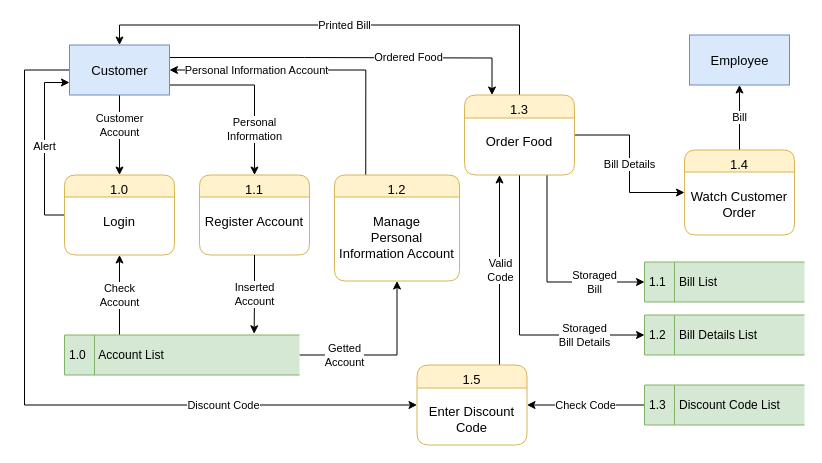
Above: page "Level 1 - Customer" (3 of 8) of document/data flow/dfd.drawio in daomtthuan/do-an (draw.io), before the change. Source tidied: cells renumbered, new cells numbered last; positions are measured from the earlier drawing's top-left corner, leaving out a move shared by most shapes. Both pictures are drawn from the tidied source at 100%, with x=0, y=0 at pixel (24, 24).
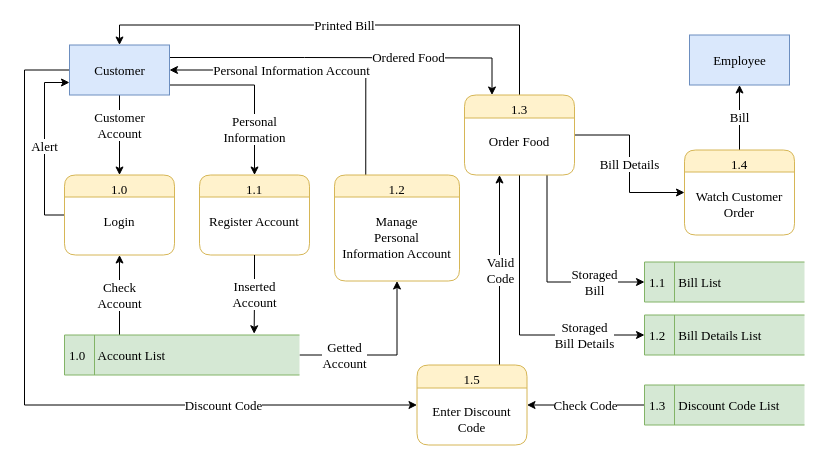
Above is the later version.

The edit, as a diff of the source:
```diff
@@
-    <mxCell id="2" value="1.1&#10;&#10;Register Account" style="swimlane;fontStyle=0;horizontal=1;startSize=22;fillColor=#fff2cc;swimlaneFillColor=#ffffff;rounded=1;strokeWidth=1;verticalAlign=top;arcSize=17;labelPosition=center;verticalLabelPosition=middle;align=center;fontFamily=Time New Roman;strokeColor=#d6b656;fontSize=13;" parent="1" vertex="1">
+    <mxCell id="2" value="1.1&#10;&#10;Register Account" style="swimlane;fontStyle=0;horizontal=1;startSize=22;fillColor=#fff2cc;swimlaneFillColor=#ffffff;rounded=1;strokeWidth=1;verticalAlign=top;arcSize=17;labelPosition=center;verticalLabelPosition=middle;align=center;fontFamily=Times New Roman;strokeColor=#d6b656;fontSize=13;" parent="1" vertex="1">
       <mxGeometry x="175" y="150.5" width="110" height="80" as="geometry" />
     </mxCell>
-    <mxCell id="3" value="Customer&lt;br&gt;Account" style="edgeStyle=orthogonalEdgeStyle;rounded=0;jettySize=auto;html=1;entryX=0.5;entryY=0;entryDx=0;entryDy=0;exitX=0.5;exitY=1;exitDx=0;exitDy=0;" parent="1" edge="1" source="7" target="10">
+    <mxCell id="3" value="Customer&lt;br style=&quot;font-size: 13px;&quot;&gt;Account" style="edgeStyle=orthogonalEdgeStyle;rounded=0;jettySize=auto;html=1;entryX=0.5;entryY=0;entryDx=0;entryDy=0;exitX=0.5;exitY=1;exitDx=0;exitDy=0;fontFamily=Times New Roman;fontSize=13;" parent="1" edge="1" source="7" target="10">
       <mxGeometry y="-10" relative="1" as="geometry">
         <Array as="points">
           <mxPoint x="95" y="110.5" />
           <mxPoint x="95" y="110.5" />
         </Array>
         <mxPoint x="10" y="-10" as="offset" />
       </mxGeometry>
     </mxCell>
-    <mxCell id="4" value="Personal&lt;br&gt;Information" style="edgeStyle=orthogonalEdgeStyle;rounded=0;jettySize=auto;html=1;entryX=0.5;entryY=0;entryDx=0;entryDy=0;" parent="1" edge="1" source="7" target="2">
+    <mxCell id="4" value="Personal&lt;br style=&quot;font-size: 13px;&quot;&gt;Information" style="edgeStyle=orthogonalEdgeStyle;rounded=0;jettySize=auto;html=1;entryX=0.5;entryY=0;entryDx=0;entryDy=0;fontFamily=Times New Roman;fontSize=13;" parent="1" edge="1" source="7" target="2">
       <mxGeometry x="0.47" relative="1" as="geometry">
         <Array as="points">
           <mxPoint x="230" y="60.5" />
         </Array>
       </mxGeometry>
     </mxCell>
-    <mxCell id="5" value="Ordered Food" style="edgeStyle=orthogonalEdgeStyle;rounded=0;jettySize=auto;html=1;exitX=1;exitY=0.25;exitDx=0;exitDy=0;entryX=0.25;entryY=0;entryDx=0;entryDy=0;" parent="1" edge="1" source="7" target="17">
+    <mxCell id="5" value="Ordered Food" style="edgeStyle=orthogonalEdgeStyle;rounded=0;jettySize=auto;html=1;exitX=1;exitY=0.25;exitDx=0;exitDy=0;entryX=0.25;entryY=0;entryDx=0;entryDy=0;fontFamily=Times New Roman;fontSize=13;" parent="1" edge="1" source="7" target="17">
       <mxGeometry x="0.33" relative="1" as="geometry">
         <Array as="points">
           <mxPoint x="280" y="33.5" />
           <mxPoint x="467" y="33.5" />
         </Array>
       </mxGeometry>
     </mxCell>
-    <mxCell id="6" value="Discount Code" style="edgeStyle=orthogonalEdgeStyle;rounded=0;jettySize=auto;html=1;exitX=0;exitY=0.5;exitDx=0;exitDy=0;entryX=0;entryY=0.5;entryDx=0;entryDy=0;" parent="1" edge="1" source="7" target="29">
+    <mxCell id="6" value="Discount Code" style="edgeStyle=orthogonalEdgeStyle;rounded=0;jettySize=auto;html=1;exitX=0;exitY=0.5;exitDx=0;exitDy=0;entryX=0;entryY=0.5;entryDx=0;entryDy=0;fontFamily=Times New Roman;fontSize=13;" parent="1" edge="1" source="7" target="29">
       <mxGeometry x="0.5" relative="1" as="geometry">
         <Array as="points">
           <mxPoint y="45.5" />
           <mxPoint y="380.5" />
         </Array>
       </mxGeometry>
     </mxCell>
-    <mxCell id="7" value="&lt;span style=&quot;font-size: 13px;&quot;&gt;&lt;span style=&quot;font-size: 13px;&quot;&gt;Customer&lt;/span&gt;&lt;/span&gt;" style="html=1;dashed=0;whitespace=wrap;strokeWidth=1;fillColor=#dae8fc;strokeColor=#6c8ebf;fontFamily=Time New Roman;fontSize=13;" parent="1" vertex="1">
+    <mxCell id="7" value="&lt;span style=&quot;font-size: 13px;&quot;&gt;&lt;span style=&quot;font-size: 13px;&quot;&gt;Customer&lt;/span&gt;&lt;/span&gt;" style="html=1;dashed=0;whitespace=wrap;strokeWidth=1;fillColor=#dae8fc;strokeColor=#6c8ebf;fontFamily=Times New Roman;fontSize=13;" parent="1" vertex="1">
       <mxGeometry x="45" y="20.5" width="100" height="50" as="geometry" />
     </mxCell>
-    <mxCell id="8" value="&lt;span style=&quot;font-size: 13px;&quot;&gt;&lt;span style=&quot;font-size: 13px;&quot;&gt;Employee&lt;/span&gt;&lt;/span&gt;" style="html=1;dashed=0;whitespace=wrap;strokeWidth=1;fillColor=#dae8fc;strokeColor=#6c8ebf;fontFamily=Time New Roman;fontSize=13;" parent="1" vertex="1">
+    <mxCell id="8" value="&lt;span style=&quot;font-size: 13px;&quot;&gt;&lt;span style=&quot;font-size: 13px;&quot;&gt;Employee&lt;/span&gt;&lt;/span&gt;" style="html=1;dashed=0;whitespace=wrap;strokeWidth=1;fillColor=#dae8fc;strokeColor=#6c8ebf;fontFamily=Times New Roman;fontSize=13;" parent="1" vertex="1">
       <mxGeometry x="665" y="10.5" width="100" height="50" as="geometry" />
     </mxCell>
-    <mxCell id="9" value="Alert" style="edgeStyle=orthogonalEdgeStyle;rounded=0;jettySize=auto;html=1;exitX=0;exitY=0.5;exitDx=0;exitDy=0;entryX=0;entryY=0.75;entryDx=0;entryDy=0;" parent="1" edge="1" source="10" target="7">
+    <mxCell id="9" value="Alert" style="edgeStyle=orthogonalEdgeStyle;rounded=0;jettySize=auto;html=1;exitX=0;exitY=0.5;exitDx=0;exitDy=0;entryX=0;entryY=0.75;entryDx=0;entryDy=0;fontFamily=Times New Roman;fontSize=13;" parent="1" edge="1" source="10" target="7">
       <mxGeometry relative="1" as="geometry" />
     </mxCell>
-    <mxCell id="10" value="1.0&#10;&#10;Login" style="swimlane;fontStyle=0;horizontal=1;startSize=22;fillColor=#fff2cc;swimlaneFillColor=#ffffff;rounded=1;strokeWidth=1;verticalAlign=top;arcSize=17;labelPosition=center;verticalLabelPosition=middle;align=center;fontFamily=Time New Roman;strokeColor=#d6b656;fontSize=13;" parent="1" vertex="1">
+    <mxCell id="10" value="1.0&#10;&#10;Login" style="swimlane;fontStyle=0;horizontal=1;startSize=22;fillColor=#fff2cc;swimlaneFillColor=#ffffff;rounded=1;strokeWidth=1;verticalAlign=top;arcSize=17;labelPosition=center;verticalLabelPosition=middle;align=center;fontFamily=Times New Roman;strokeColor=#d6b656;fontSize=13;" parent="1" vertex="1">
       <mxGeometry x="40" y="150.5" width="110" height="80" as="geometry" />
     </mxCell>
-    <mxCell id="11" value="Bill" style="edgeStyle=orthogonalEdgeStyle;rounded=0;jettySize=auto;html=1;entryX=0.5;entryY=1;entryDx=0;entryDy=0;" parent="1" edge="1" source="12" target="8">
+    <mxCell id="11" value="Bill" style="edgeStyle=orthogonalEdgeStyle;rounded=0;jettySize=auto;html=1;entryX=0.5;entryY=1;entryDx=0;entryDy=0;fontFamily=Times New Roman;fontSize=13;" parent="1" edge="1" source="12" target="8">
       <mxGeometry relative="1" as="geometry" />
     </mxCell>
-    <mxCell id="12" value="1.4&#10;&#10;Watch Customer&#10;Order" style="swimlane;fontStyle=0;horizontal=1;startSize=22;fillColor=#fff2cc;swimlaneFillColor=#ffffff;rounded=1;strokeWidth=1;verticalAlign=top;arcSize=17;labelPosition=center;verticalLabelPosition=middle;align=center;fontFamily=Time New Roman;strokeColor=#d6b656;fontSize=13;" parent="1" vertex="1">
+    <mxCell id="12" value="1.4&#10;&#10;Watch Customer&#10;Order" style="swimlane;fontStyle=0;horizontal=1;startSize=22;fillColor=#fff2cc;swimlaneFillColor=#ffffff;rounded=1;strokeWidth=1;verticalAlign=top;arcSize=17;labelPosition=center;verticalLabelPosition=middle;align=center;fontFamily=Times New Roman;strokeColor=#d6b656;fontSize=13;" parent="1" vertex="1">
       <mxGeometry x="660" y="125.5" width="110" height="85" as="geometry" />
     </mxCell>
-    <mxCell id="13" value="Bill Details" style="edgeStyle=orthogonalEdgeStyle;rounded=0;jettySize=auto;html=1;entryX=0;entryY=0.5;entryDx=0;entryDy=0;" parent="1" edge="1" source="17" target="12">
+    <mxCell id="13" value="Bill Details" style="edgeStyle=orthogonalEdgeStyle;rounded=0;jettySize=auto;html=1;entryX=0;entryY=0.5;entryDx=0;entryDy=0;fontFamily=Times New Roman;fontSize=13;" parent="1" edge="1" source="17" target="12">
       <mxGeometry relative="1" as="geometry" />
     </mxCell>
-    <mxCell id="14" value="Storaged&lt;br&gt;Bill" style="edgeStyle=orthogonalEdgeStyle;rounded=0;jettySize=auto;html=1;exitX=0.75;exitY=1;exitDx=0;exitDy=0;entryX=0;entryY=0.5;entryDx=0;entryDy=0;" parent="1" edge="1" source="17" target="24">
+    <mxCell id="14" value="Storaged&lt;br style=&quot;font-size: 13px;&quot;&gt;Bill" style="edgeStyle=orthogonalEdgeStyle;rounded=0;jettySize=auto;html=1;exitX=0.75;exitY=1;exitDx=0;exitDy=0;entryX=0;entryY=0.5;entryDx=0;entryDy=0;fontFamily=Times New Roman;fontSize=13;" parent="1" edge="1" source="17" target="24">
       <mxGeometry x="0.51" relative="1" as="geometry" />
     </mxCell>
-    <mxCell id="15" value="Storaged&lt;br&gt;Bill Details" style="edgeStyle=orthogonalEdgeStyle;rounded=0;jettySize=auto;html=1;exitX=0.5;exitY=1;exitDx=0;exitDy=0;entryX=0;entryY=0.5;entryDx=0;entryDy=0;" parent="1" edge="1" source="17" target="25">
+    <mxCell id="15" value="Storaged&lt;br style=&quot;font-size: 13px;&quot;&gt;Bill Details" style="edgeStyle=orthogonalEdgeStyle;rounded=0;jettySize=auto;html=1;exitX=0.5;exitY=1;exitDx=0;exitDy=0;entryX=0;entryY=0.5;entryDx=0;entryDy=0;fontFamily=Times New Roman;fontSize=13;" parent="1" edge="1" source="17" target="25">
       <mxGeometry x="0.58" relative="1" as="geometry" />
     </mxCell>
-    <mxCell id="16" value="Printed Bill" style="edgeStyle=orthogonalEdgeStyle;rounded=0;jettySize=auto;html=1;entryX=0.5;entryY=0;entryDx=0;entryDy=0;" parent="1" edge="1" source="17" target="7">
+    <mxCell id="16" value="Printed Bill" style="edgeStyle=orthogonalEdgeStyle;rounded=0;jettySize=auto;html=1;entryX=0.5;entryY=0;entryDx=0;entryDy=0;fontFamily=Times New Roman;fontSize=13;" parent="1" edge="1" source="17" target="7">
       <mxGeometry relative="1" as="geometry">
         <Array as="points">
           <mxPoint x="495" y="0.5" />
           <mxPoint x="95" y="0.5" />
         </Array>
       </mxGeometry>
     </mxCell>
-    <mxCell id="17" value="1.3&#10;&#10;Order Food" style="swimlane;fontStyle=0;horizontal=1;startSize=23;fillColor=#fff2cc;swimlaneFillColor=#ffffff;rounded=1;strokeWidth=1;verticalAlign=top;arcSize=17;labelPosition=center;verticalLabelPosition=middle;align=center;fontFamily=Time New Roman;strokeColor=#d6b656;fontSize=13;" parent="1" vertex="1">
+    <mxCell id="17" value="1.3&#10;&#10;Order Food" style="swimlane;fontStyle=0;horizontal=1;startSize=23;fillColor=#fff2cc;swimlaneFillColor=#ffffff;rounded=1;strokeWidth=1;verticalAlign=top;arcSize=17;labelPosition=center;verticalLabelPosition=middle;align=center;fontFamily=Times New Roman;strokeColor=#d6b656;fontSize=13;" parent="1" vertex="1">
       <mxGeometry x="440" y="70.5" width="110" height="80" as="geometry" />
     </mxCell>
-    <mxCell id="18" value="Personal Information Account" style="edgeStyle=orthogonalEdgeStyle;rounded=0;jettySize=auto;html=1;exitX=0.25;exitY=0;exitDx=0;exitDy=0;entryX=1;entryY=0.5;entryDx=0;entryDy=0;" parent="1" edge="1" source="19" target="7">
-      <mxGeometry x="0.42" relative="1" as="geometry" />
+    <mxCell id="18" value="Personal Information Account" style="edgeStyle=orthogonalEdgeStyle;rounded=0;jettySize=auto;html=1;exitX=0.25;exitY=0;exitDx=0;exitDy=0;entryX=1;entryY=0.5;entryDx=0;entryDy=0;fontFamily=Times New Roman;fontSize=13;" parent="1" edge="1" source="19" target="7">
+      <mxGeometry x="0.19" relative="1" as="geometry" />
     </mxCell>
-    <mxCell id="19" value="1.2&#10;&#10;Manage&#10;Personal &#10;Information Account" style="swimlane;fontStyle=0;horizontal=1;startSize=22;fillColor=#fff2cc;swimlaneFillColor=#ffffff;rounded=1;strokeWidth=1;verticalAlign=top;arcSize=17;labelPosition=center;verticalLabelPosition=middle;align=center;fontFamily=Time New Roman;strokeColor=#d6b656;fontSize=13;" parent="1" vertex="1">
+    <mxCell id="19" value="1.2&#10;&#10;Manage&#10;Personal &#10;Information Account" style="swimlane;fontStyle=0;horizontal=1;startSize=22;fillColor=#fff2cc;swimlaneFillColor=#ffffff;rounded=1;strokeWidth=1;verticalAlign=top;arcSize=17;labelPosition=center;verticalLabelPosition=middle;align=center;fontFamily=Times New Roman;strokeColor=#d6b656;fontSize=13;" parent="1" vertex="1">
       <mxGeometry x="310" y="150.5" width="125" height="106" as="geometry" />
     </mxCell>
-    <mxCell id="20" value="Check&lt;br&gt;Account" style="edgeStyle=orthogonalEdgeStyle;rounded=0;jettySize=auto;html=1;entryX=0.5;entryY=1;entryDx=0;entryDy=0;" parent="1" edge="1" source="23" target="10">
+    <mxCell id="20" value="Check&lt;br style=&quot;font-size: 13px;&quot;&gt;Account" style="edgeStyle=orthogonalEdgeStyle;rounded=0;jettySize=auto;html=1;entryX=0.5;entryY=1;entryDx=0;entryDy=0;fontFamily=Times New Roman;fontSize=13;" parent="1" edge="1" source="23" target="10">
       <mxGeometry relative="1" as="geometry">
         <Array as="points">
           <mxPoint x="95" y="290.5" />
           <mxPoint x="95" y="290.5" />
         </Array>
       </mxGeometry>
     </mxCell>
-    <mxCell id="21" value="Inserted&lt;br&gt;Account" style="edgeStyle=orthogonalEdgeStyle;rounded=0;jettySize=auto;html=1;entryX=0.807;entryY=-0.031;entryDx=0;entryDy=0;exitX=0.5;exitY=1;exitDx=0;exitDy=0;entryPerimeter=0;" parent="1" edge="1" source="2" target="23">
+    <mxCell id="21" value="Inserted&lt;br style=&quot;font-size: 13px;&quot;&gt;Account" style="edgeStyle=orthogonalEdgeStyle;rounded=0;jettySize=auto;html=1;entryX=0.807;entryY=-0.031;entryDx=0;entryDy=0;exitX=0.5;exitY=1;exitDx=0;exitDy=0;entryPerimeter=0;fontFamily=Times New Roman;fontSize=13;" parent="1" edge="1" source="2" target="23">
       <mxGeometry relative="1" as="geometry" />
     </mxCell>
-    <mxCell id="22" value="Getted&lt;br&gt;Account" style="edgeStyle=orthogonalEdgeStyle;rounded=0;jettySize=auto;html=1;entryX=0.5;entryY=1;entryDx=0;entryDy=0;" parent="1" edge="1" source="23" target="19">
+    <mxCell id="22" value="Getted&lt;br style=&quot;font-size: 13px;&quot;&gt;Account" style="edgeStyle=orthogonalEdgeStyle;rounded=0;jettySize=auto;html=1;entryX=0.5;entryY=1;entryDx=0;entryDy=0;fontFamily=Times New Roman;fontSize=13;" parent="1" edge="1" source="23" target="19">
       <mxGeometry x="-0.48" relative="1" as="geometry" />
     </mxCell>
-    <mxCell id="23" value="1.0&amp;nbsp; &amp;nbsp; Account List" style="html=1;dashed=0;whitespace=wrap;shape=mxgraph.dfd.dataStoreID;align=left;spacingLeft=3;points=[[0,0],[0.5,0],[1,0],[0,0.5],[1,0.5],[0,1],[0.5,1],[1,1]];fillColor=#d5e8d4;strokeColor=#82b366;" parent="1" vertex="1">
+    <mxCell id="23" value="1.0&amp;nbsp; &amp;nbsp; Account List" style="html=1;dashed=0;whitespace=wrap;shape=mxgraph.dfd.dataStoreID;align=left;spacingLeft=3;points=[[0,0],[0.5,0],[1,0],[0,0.5],[1,0.5],[0,1],[0.5,1],[1,1]];fillColor=#d5e8d4;strokeColor=#82b366;fontFamily=Times New Roman;fontSize=13;" parent="1" vertex="1">
       <mxGeometry x="40" y="310.5" width="235" height="40" as="geometry" />
     </mxCell>
-    <mxCell id="24" value="1.1&amp;nbsp; &amp;nbsp; Bill List" style="html=1;dashed=0;whitespace=wrap;shape=mxgraph.dfd.dataStoreID;align=left;spacingLeft=3;points=[[0,0],[0.5,0],[1,0],[0,0.5],[1,0.5],[0,1],[0.5,1],[1,1]];fillColor=#d5e8d4;strokeColor=#82b366;" parent="1" vertex="1">
+    <mxCell id="24" value="1.1&amp;nbsp; &amp;nbsp; Bill List" style="html=1;dashed=0;whitespace=wrap;shape=mxgraph.dfd.dataStoreID;align=left;spacingLeft=3;points=[[0,0],[0.5,0],[1,0],[0,0.5],[1,0.5],[0,1],[0.5,1],[1,1]];fillColor=#d5e8d4;strokeColor=#82b366;fontFamily=Times New Roman;fontSize=13;" parent="1" vertex="1">
       <mxGeometry x="620" y="237.5" width="160" height="40" as="geometry" />
     </mxCell>
-    <mxCell id="25" value="1.2&amp;nbsp; &amp;nbsp; Bill Details List" style="html=1;dashed=0;whitespace=wrap;shape=mxgraph.dfd.dataStoreID;align=left;spacingLeft=3;points=[[0,0],[0.5,0],[1,0],[0,0.5],[1,0.5],[0,1],[0.5,1],[1,1]];fillColor=#d5e8d4;strokeColor=#82b366;" parent="1" vertex="1">
+    <mxCell id="25" value="1.2&amp;nbsp; &amp;nbsp; Bill Details List" style="html=1;dashed=0;whitespace=wrap;shape=mxgraph.dfd.dataStoreID;align=left;spacingLeft=3;points=[[0,0],[0.5,0],[1,0],[0,0.5],[1,0.5],[0,1],[0.5,1],[1,1]];fillColor=#d5e8d4;strokeColor=#82b366;fontFamily=Times New Roman;fontSize=13;" parent="1" vertex="1">
       <mxGeometry x="620" y="290.5" width="160" height="40" as="geometry" />
     </mxCell>
-    <mxCell id="26" value="Check Code" style="edgeStyle=orthogonalEdgeStyle;rounded=0;jettySize=auto;html=1;entryX=1;entryY=0.5;entryDx=0;entryDy=0;" parent="1" edge="1" source="27" target="29">
+    <mxCell id="26" value="Check Code" style="edgeStyle=orthogonalEdgeStyle;rounded=0;jettySize=auto;html=1;entryX=1;entryY=0.5;entryDx=0;entryDy=0;fontFamily=Times New Roman;fontSize=13;" parent="1" edge="1" source="27" target="29">
       <mxGeometry relative="1" as="geometry" />
     </mxCell>
-    <mxCell id="27" value="1.3&amp;nbsp; &amp;nbsp; Discount Code List" style="html=1;dashed=0;whitespace=wrap;shape=mxgraph.dfd.dataStoreID;align=left;spacingLeft=3;points=[[0,0],[0.5,0],[1,0],[0,0.5],[1,0.5],[0,1],[0.5,1],[1,1]];fillColor=#d5e8d4;strokeColor=#82b366;" parent="1" vertex="1">
+    <mxCell id="27" value="1.3&amp;nbsp; &amp;nbsp; Discount Code List" style="html=1;dashed=0;whitespace=wrap;shape=mxgraph.dfd.dataStoreID;align=left;spacingLeft=3;points=[[0,0],[0.5,0],[1,0],[0,0.5],[1,0.5],[0,1],[0.5,1],[1,1]];fillColor=#d5e8d4;strokeColor=#82b366;fontFamily=Times New Roman;fontSize=13;" parent="1" vertex="1">
       <mxGeometry x="620" y="360.5" width="160" height="40" as="geometry" />
     </mxCell>
-    <mxCell id="28" value="Valid&lt;br&gt;Code" style="edgeStyle=orthogonalEdgeStyle;rounded=0;jettySize=auto;html=1;exitX=0.75;exitY=0;exitDx=0;exitDy=0;" parent="1" edge="1" source="29">
+    <mxCell id="28" value="Valid&lt;br style=&quot;font-size: 13px;&quot;&gt;Code" style="edgeStyle=orthogonalEdgeStyle;rounded=0;jettySize=auto;html=1;exitX=0.75;exitY=0;exitDx=0;exitDy=0;fontFamily=Times New Roman;fontSize=13;" parent="1" edge="1" source="29">
       <mxGeometry relative="1" as="geometry">
         <mxPoint x="475" y="150.5" as="targetPoint" />
       </mxGeometry>
     </mxCell>
-    <mxCell id="29" value="1.5&#10;&#10;Enter Discount&#10;Code" style="swimlane;fontStyle=0;horizontal=1;startSize=23;fillColor=#fff2cc;swimlaneFillColor=#ffffff;rounded=1;strokeWidth=1;verticalAlign=top;arcSize=17;labelPosition=center;verticalLabelPosition=middle;align=center;fontFamily=Time New Roman;strokeColor=#d6b656;fontSize=13;" parent="1" vertex="1">
+    <mxCell id="29" value="1.5&#10;&#10;Enter Discount&#10;Code" style="swimlane;fontStyle=0;horizontal=1;startSize=23;fillColor=#fff2cc;swimlaneFillColor=#ffffff;rounded=1;strokeWidth=1;verticalAlign=top;arcSize=17;labelPosition=center;verticalLabelPosition=middle;align=center;fontFamily=Times New Roman;strokeColor=#d6b656;fontSize=13;" parent="1" vertex="1">
       <mxGeometry x="392.5" y="340.5" width="110" height="80" as="geometry" />
     </mxCell>
```
